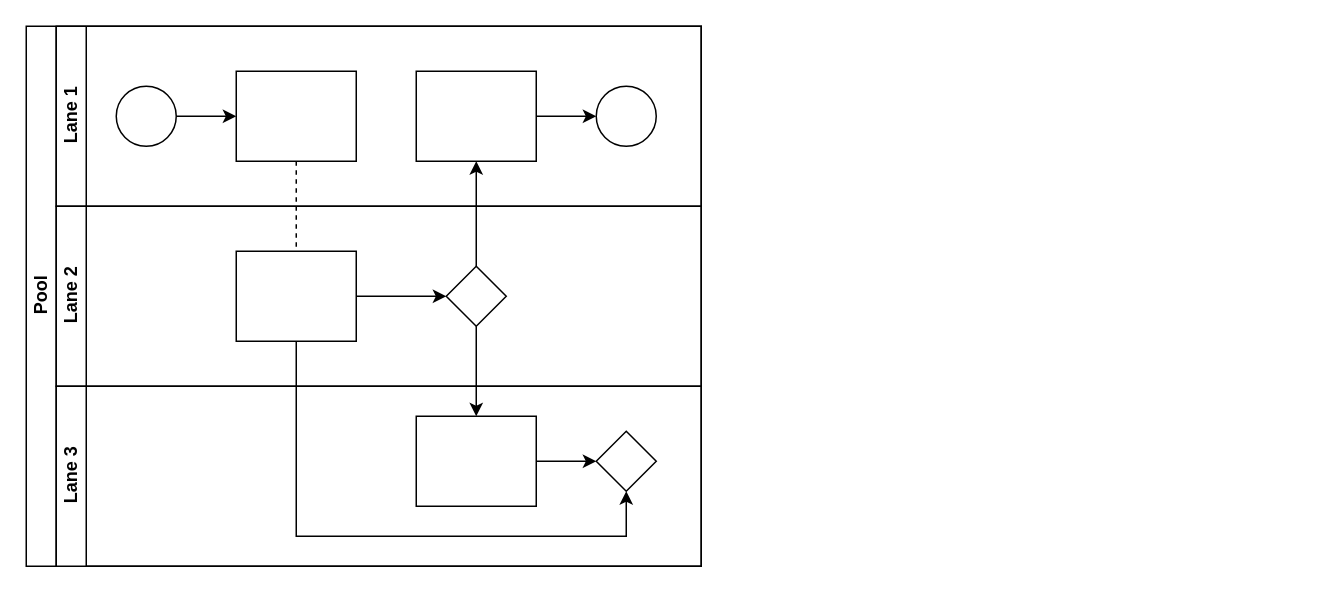
The draw.io diagram Неозаглавена диаграма.drawio in marinazaykova/tutorials, before the edit. Source tidied: cells renumbered, new cells numbered last; positions are measured from the earlier drawing's top-left corner, leaving out a move shared by most shapes. Both pictures are drawn from the tidied source at 150%, with x=0, y=0 at pixel (26, 26). Pictures stored in the file or linked from it are replaced by grey dashed boxes.
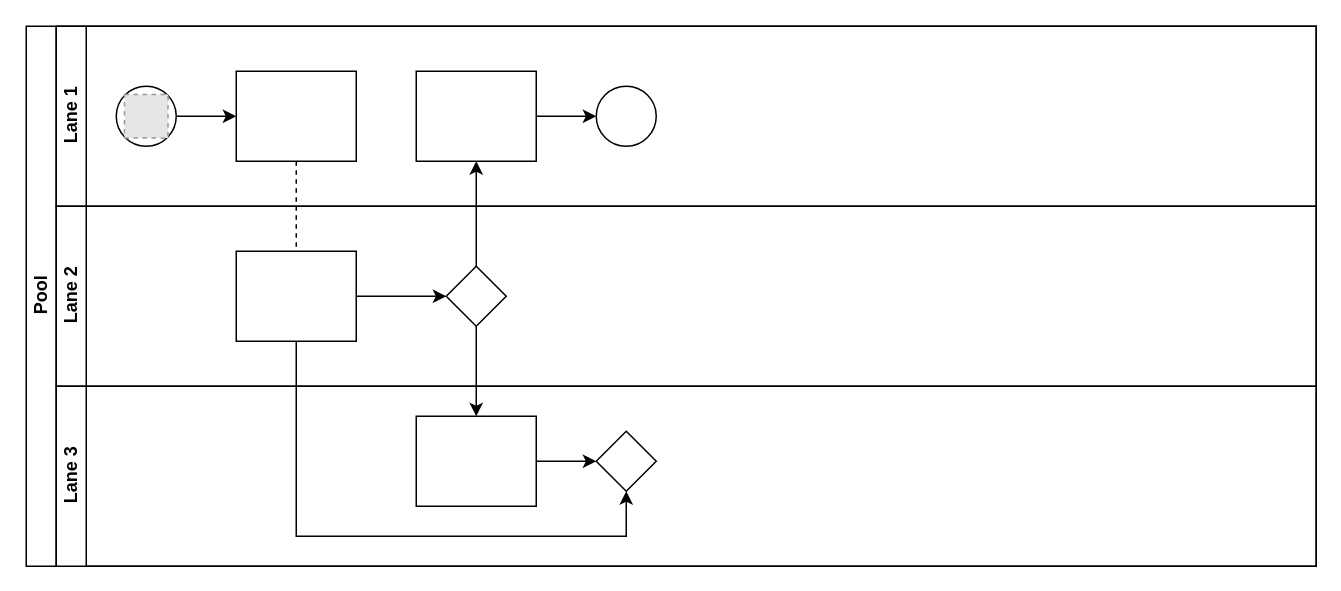
After the change.

What changed in the source:
```diff
@@
     <mxCell id="2" value="Pool" style="swimlane;html=1;horizontal=0;startSize=20;" parent="1" vertex="1">
-      <mxGeometry width="450" height="360" as="geometry" />
+      <mxGeometry width="860" height="360" as="geometry" />
     </mxCell>
@@
     <mxCell id="7" value="Lane 1" style="swimlane;html=1;startSize=20;horizontal=0;" parent="2" vertex="1">
-      <mxGeometry x="20" width="430" height="120" as="geometry" />
+      <mxGeometry x="20" width="840" height="120" as="geometry" />
     </mxCell>
@@
+    <mxCell id="22" style="fillColor=#E6E6E6;strokeColor=#999999;dashed=1;html=1;verticalAlign=top;verticalLabelPosition=bottom;labelBackgroundColor=#ffffff;" parent="7" vertex="1">
+      <mxGeometry x="45.5" y="45.5" width="29" height="29" as="geometry" />
+    </mxCell>
     <mxCell id="14" value="Lane 2" style="swimlane;html=1;startSize=20;horizontal=0;" parent="2" vertex="1">
-      <mxGeometry x="20" y="120" width="430" height="120" as="geometry" />
+      <mxGeometry x="20" y="120" width="840" height="120" as="geometry" />
     </mxCell>
@@
     <mxCell id="18" value="Lane 3" style="swimlane;html=1;startSize=20;horizontal=0;" parent="2" vertex="1">
-      <mxGeometry x="20" y="240" width="430" height="120" as="geometry" />
+      <mxGeometry x="20" y="240" width="840" height="120" as="geometry" />
     </mxCell>
```
